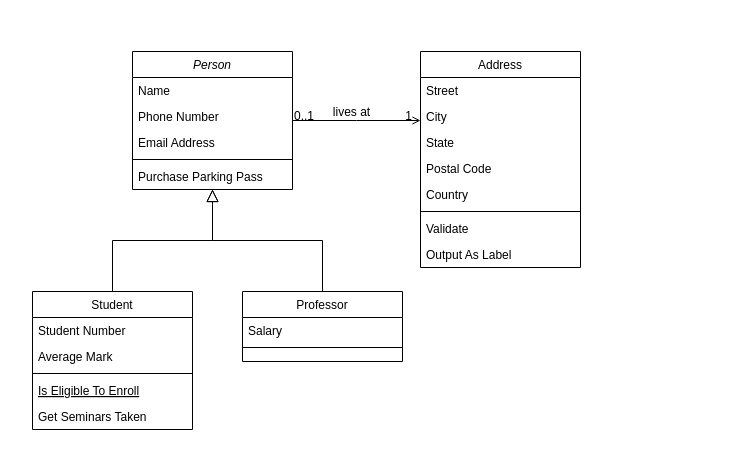
Above: Palindromo.drawio in Alfonso18Feb/Classes-POO.Ind1 (draw.io), before the change. Source tidied: cells renumbered, new cells numbered last; positions are measured from the earlier drawing's top-left corner, leaving out a move shared by most shapes. Both pictures are drawn from the tidied source at 100%, with x=0, y=0 at pixel (32, 51).
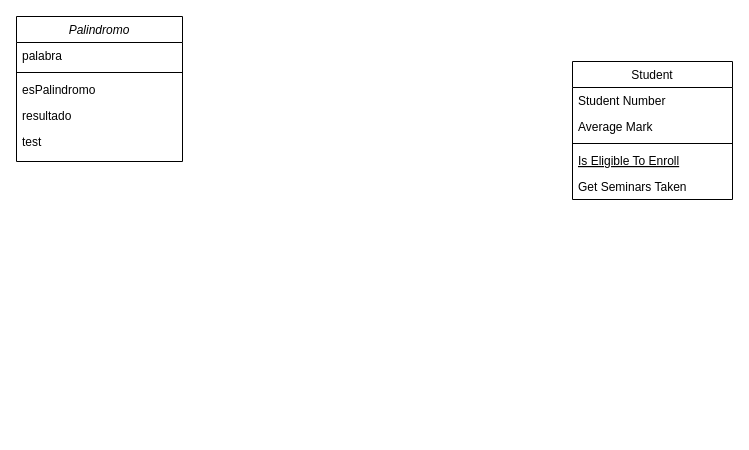
The same diagram, later.

The edit, as a diff of the source:
```diff
@@
-    <mxCell id="2" value="Person" style="swimlane;fontStyle=2;align=center;verticalAlign=top;horizontal=1;startSize=26;rounded=0;shadow=0;strokeWidth=1;" parent="1" vertex="1">
-      <mxGeometry x="100" width="160" height="138" as="geometry" />
+    <mxCell id="2" value="Palindromo" style="swimlane;fontStyle=2;align=center;verticalAlign=top;horizontal=1;startSize=26;rounded=0;shadow=0;strokeWidth=1;" parent="1" vertex="1">
+      <mxGeometry x="-16" y="-35" width="166" height="145" as="geometry" />
     </mxCell>
-    <mxCell id="3" value="Name" style="text;align=left;verticalAlign=top;spacingLeft=4;spacingRight=4;overflow=hidden;" parent="2" vertex="1">
-      <mxGeometry y="26" width="160" height="26" as="geometry" />
+    <mxCell id="3" value="palabra" style="text;align=left;verticalAlign=top;spacingLeft=4;spacingRight=4;overflow=hidden;" parent="2" vertex="1">
+      <mxGeometry y="26" width="166" height="26" as="geometry" />
     </mxCell>
-    <mxCell id="4" value="Phone Number" style="text;align=left;verticalAlign=top;spacingLeft=4;spacingRight=4;overflow=hidden;rounded=0;shadow=0;html=0;" parent="2" vertex="1">
-      <mxGeometry y="52" width="160" height="26" as="geometry" />
-    </mxCell>
-    <mxCell id="5" value="Email Address" style="text;align=left;verticalAlign=top;spacingLeft=4;spacingRight=4;overflow=hidden;rounded=0;shadow=0;html=0;" parent="2" vertex="1">
-      <mxGeometry y="78" width="160" height="26" as="geometry" />
-    </mxCell>
     <mxCell id="6" style="line;html=1;strokeWidth=1;align=left;verticalAlign=middle;spacingTop=-1;spacingLeft=3;spacingRight=3;labelPosition=right;" parent="2" vertex="1">
-      <mxGeometry y="104" width="160" height="8" as="geometry" />
+      <mxGeometry y="52" width="166" height="8" as="geometry" />
     </mxCell>
-    <mxCell id="7" value="Purchase Parking Pass" style="text;align=left;verticalAlign=top;spacingLeft=4;spacingRight=4;overflow=hidden;" parent="2" vertex="1">
-      <mxGeometry y="112" width="160" height="26" as="geometry" />
+    <mxCell id="7" value="esPalindromo" style="text;align=left;verticalAlign=top;spacingLeft=4;spacingRight=4;overflow=hidden;" parent="2" vertex="1">
+      <mxGeometry y="60" width="166" height="26" as="geometry" />
     </mxCell>
+    <mxCell id="32" value="resultado" style="text;align=left;verticalAlign=top;spacingLeft=4;spacingRight=4;overflow=hidden;" parent="2" vertex="1">
+      <mxGeometry y="86" width="166" height="26" as="geometry" />
+    </mxCell>
+    <mxCell id="33" value="test" style="text;align=left;verticalAlign=top;spacingLeft=4;spacingRight=4;overflow=hidden;" parent="2" vertex="1">
+      <mxGeometry y="112" width="166" height="26" as="geometry" />
+    </mxCell>
     <mxCell id="8" value="Student" style="swimlane;fontStyle=0;align=center;verticalAlign=top;horizontal=1;startSize=26;rounded=0;shadow=0;strokeWidth=1;" parent="1" vertex="1">
-      <mxGeometry y="240" width="160" height="138" as="geometry" />
+      <mxGeometry x="540" y="10" width="160" height="138" as="geometry" />
     </mxCell>
@@
-    <mxCell id="14" style="endArrow=block;endSize=10;endFill=0;shadow=0;strokeWidth=1;rounded=0;edgeStyle=elbowEdgeStyle;elbow=vertical;" parent="1" edge="1" source="8" target="2">
-      <mxGeometry relative="1" as="geometry" />
-    </mxCell>
-    <mxCell id="15" value="Professor" style="swimlane;fontStyle=0;align=center;verticalAlign=top;horizontal=1;startSize=26;rounded=0;shadow=0;strokeWidth=1;" parent="1" vertex="1">
-      <mxGeometry x="210" y="240" width="160" height="70" as="geometry" />
-    </mxCell>
-    <mxCell id="16" value="Salary" style="text;align=left;verticalAlign=top;spacingLeft=4;spacingRight=4;overflow=hidden;" parent="15" vertex="1">
-      <mxGeometry y="26" width="160" height="26" as="geometry" />
-    </mxCell>
-    <mxCell id="17" style="line;html=1;strokeWidth=1;align=left;verticalAlign=middle;spacingTop=-1;spacingLeft=3;spacingRight=3;labelPosition=right;" parent="15" vertex="1">
-      <mxGeometry y="52" width="160" height="8" as="geometry" />
-    </mxCell>
-    <mxCell id="18" style="endArrow=block;endSize=10;endFill=0;shadow=0;strokeWidth=1;rounded=0;edgeStyle=elbowEdgeStyle;elbow=vertical;" parent="1" edge="1" source="15" target="2">
-      <mxGeometry relative="1" as="geometry" />
-    </mxCell>
-    <mxCell id="19" value="Address" style="swimlane;fontStyle=0;align=center;verticalAlign=top;horizontal=1;startSize=26;rounded=0;shadow=0;strokeWidth=1;" parent="1" vertex="1">
-      <mxGeometry x="388" width="160" height="216" as="geometry" />
-    </mxCell>
-    <mxCell id="20" value="Street" style="text;align=left;verticalAlign=top;spacingLeft=4;spacingRight=4;overflow=hidden;" parent="19" vertex="1">
-      <mxGeometry y="26" width="160" height="26" as="geometry" />
-    </mxCell>
-    <mxCell id="21" value="City" style="text;align=left;verticalAlign=top;spacingLeft=4;spacingRight=4;overflow=hidden;rounded=0;shadow=0;html=0;" parent="19" vertex="1">
-      <mxGeometry y="52" width="160" height="26" as="geometry" />
-    </mxCell>
-    <mxCell id="22" value="State" style="text;align=left;verticalAlign=top;spacingLeft=4;spacingRight=4;overflow=hidden;rounded=0;shadow=0;html=0;" parent="19" vertex="1">
-      <mxGeometry y="78" width="160" height="26" as="geometry" />
-    </mxCell>
-    <mxCell id="23" value="Postal Code" style="text;align=left;verticalAlign=top;spacingLeft=4;spacingRight=4;overflow=hidden;rounded=0;shadow=0;html=0;" parent="19" vertex="1">
-      <mxGeometry y="104" width="160" height="26" as="geometry" />
-    </mxCell>
-    <mxCell id="24" value="Country" style="text;align=left;verticalAlign=top;spacingLeft=4;spacingRight=4;overflow=hidden;rounded=0;shadow=0;html=0;" parent="19" vertex="1">
-      <mxGeometry y="130" width="160" height="26" as="geometry" />
-    </mxCell>
-    <mxCell id="25" style="line;html=1;strokeWidth=1;align=left;verticalAlign=middle;spacingTop=-1;spacingLeft=3;spacingRight=3;labelPosition=right;" parent="19" vertex="1">
-      <mxGeometry y="156" width="160" height="8" as="geometry" />
-    </mxCell>
-    <mxCell id="26" value="Validate" style="text;align=left;verticalAlign=top;spacingLeft=4;spacingRight=4;overflow=hidden;" parent="19" vertex="1">
-      <mxGeometry y="164" width="160" height="26" as="geometry" />
-    </mxCell>
-    <mxCell id="27" value="Output As Label" style="text;align=left;verticalAlign=top;spacingLeft=4;spacingRight=4;overflow=hidden;" parent="19" vertex="1">
-      <mxGeometry y="190" width="160" height="26" as="geometry" />
-    </mxCell>
-    <mxCell id="28" style="endArrow=open;shadow=0;strokeWidth=1;rounded=0;endFill=1;edgeStyle=elbowEdgeStyle;elbow=vertical;" parent="1" edge="1" source="2" target="19">
-      <mxGeometry x="0.5" y="41" relative="1" as="geometry">
-        <mxPoint x="-40" y="32" as="offset" />
-      </mxGeometry>
-    </mxCell>
-    <mxCell id="29" value="0..1" style="align=left;verticalAlign=bottom;labelBackgroundColor=none;fontSize=12;" parent="28" vertex="1">
-      <mxGeometry x="-1" relative="1" as="geometry">
-        <mxPoint y="4" as="offset" />
-      </mxGeometry>
-    </mxCell>
-    <mxCell id="30" value="1" style="align=right;verticalAlign=bottom;labelBackgroundColor=none;fontSize=12;" parent="28" vertex="1">
-      <mxGeometry x="1" relative="1" as="geometry">
-        <mxPoint x="-7" y="4" as="offset" />
-      </mxGeometry>
-    </mxCell>
-    <mxCell id="31" value="lives at" style="text;html=1;align=center;verticalAlign=middle;labelBackgroundColor=none;rounded=0;shadow=0;strokeWidth=1;fontSize=12;" parent="28" vertex="1">
-      <mxGeometry x="0.5" y="49" relative="1" as="geometry">
-        <mxPoint x="-38" y="40" as="offset" />
-      </mxGeometry>
-    </mxCell>
```
